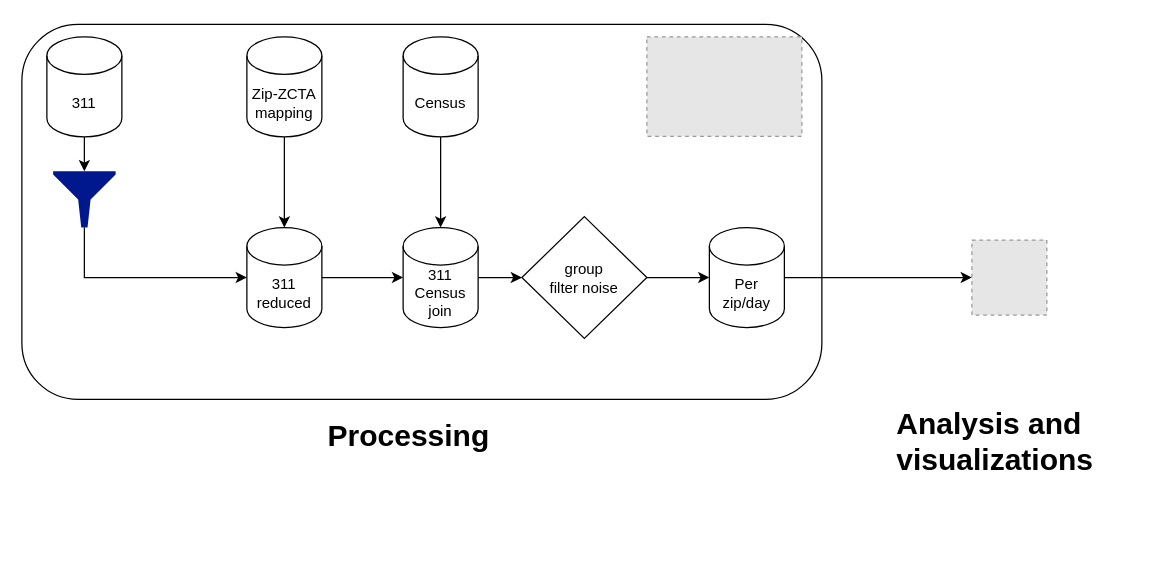
This is Pipeline.drawio from BrunoGomesCoelho/311_covid_trends, a draw.io file, before an edit. Source tidied: cells renumbered, new cells numbered last; positions are measured from the earlier drawing's top-left corner, leaving out a move shared by most shapes. Both pictures are drawn from the tidied source at 125%, with x=0, y=0 at pixel (21, 24). Pictures stored in the file or linked from it are replaced by grey dashed boxes.
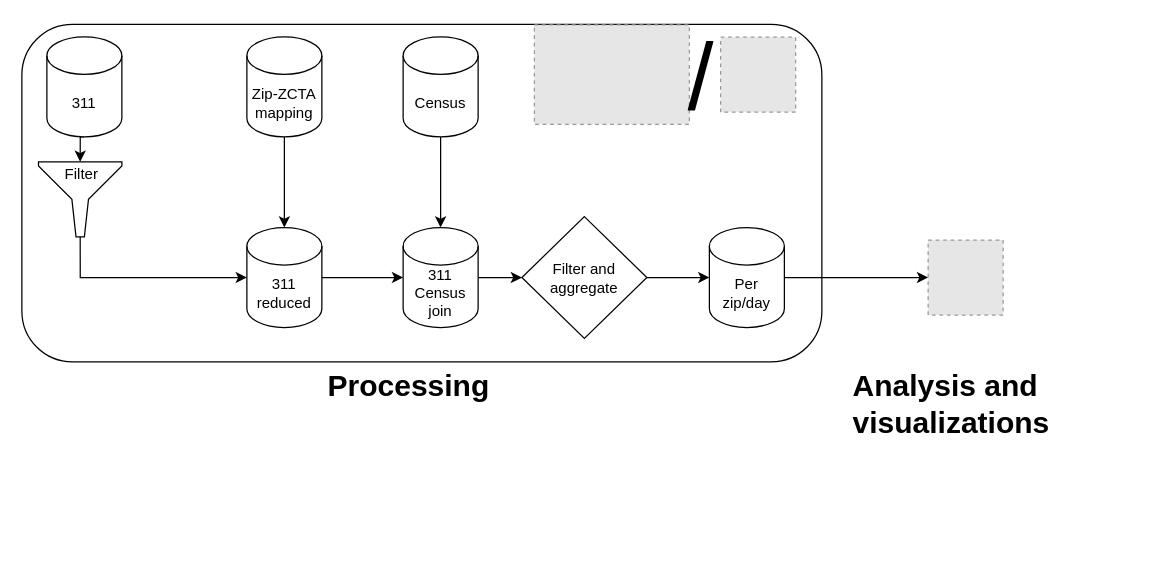
The same diagram, later.

Diff of the diagram source:
```diff
@@
     <mxCell id="2" style="rounded=1;whiteSpace=wrap;html=1;" parent="1" vertex="1">
-      <mxGeometry width="640" height="300" as="geometry" />
+      <mxGeometry width="640" height="270" as="geometry" />
     </mxCell>
@@
-    <mxCell id="12" style="shadow=0;dashed=0;html=1;strokeColor=none;labelPosition=center;verticalLabelPosition=bottom;verticalAlign=top;align=center;fillColor=#00188D;shape=mxgraph.mscae.enterprise.filter;" parent="1" vertex="1">
-      <mxGeometry x="25" y="117.5" width="50" height="45" as="geometry" />
+    <mxCell id="12" style="shadow=0;dashed=0;html=1;labelPosition=center;verticalLabelPosition=bottom;verticalAlign=top;align=center;shape=mxgraph.mscae.enterprise.filter;" parent="1" vertex="1">
+      <mxGeometry x="13.3" y="110" width="66.7" height="60" as="geometry" />
     </mxCell>
@@
-    <mxCell id="18" value="&lt;div&gt;group&lt;/div&gt;&lt;div&gt;filter noise&lt;br&gt;&lt;/div&gt;" style="rhombus;whiteSpace=wrap;html=1;" parent="1" vertex="1">
+    <mxCell id="18" value="&lt;div&gt;Filter and aggregate&lt;/div&gt;" style="rhombus;whiteSpace=wrap;html=1;" parent="1" vertex="1">
       <mxGeometry x="400" y="153.8" width="100" height="97.5" as="geometry" />
     </mxCell>
     <mxCell id="19" style="fillColor=#E6E6E6;strokeColor=#999999;dashed=1;html=1;verticalAlign=top;verticalLabelPosition=bottom;labelBackgroundColor=#ffffff;" parent="1" vertex="1">
-      <mxGeometry x="760" y="172.5" width="60" height="60" as="geometry" />
+      <mxGeometry x="725" y="172.5" width="60" height="60" as="geometry" />
     </mxCell>
     <mxCell id="20" style="fillColor=#E6E6E6;strokeColor=#999999;dashed=1;verticalLabelPosition=bottom;labelBackgroundColor=#ffffff;verticalAlign=top;" parent="1" vertex="1">
-      <mxGeometry x="500" y="10" width="124" height="79.6" as="geometry" />
+      <mxGeometry x="410" y="0.4" width="124" height="79.6" as="geometry" />
     </mxCell>
     <mxCell id="21" value="&lt;h1&gt;Processing&lt;/h1&gt;&lt;p&gt;&lt;br&gt;&lt;/p&gt;" style="text;html=1;strokeColor=none;fillColor=none;spacing=5;spacingTop=-20;whiteSpace=wrap;overflow=hidden;rounded=0;" parent="1" vertex="1">
-      <mxGeometry x="240" y="310" width="190" height="120" as="geometry" />
+      <mxGeometry x="240" y="270" width="190" height="40" as="geometry" />
     </mxCell>
     <mxCell id="22" value="&lt;h1&gt;Analysis and visualizations&lt;/h1&gt;&lt;p&gt;&lt;br&gt;&lt;/p&gt;" style="text;html=1;strokeColor=none;fillColor=none;spacing=5;spacingTop=-20;whiteSpace=wrap;overflow=hidden;rounded=0;" parent="1" vertex="1">
-      <mxGeometry x="695" y="300" width="190" height="120" as="geometry" />
+      <mxGeometry x="660" y="270" width="190" height="68.8" as="geometry" />
     </mxCell>
+    <mxCell id="23" value="/&lt;br&gt;" style="text;strokeColor=none;fillColor=none;spacing=0;spacingTop=0;overflow=hidden;rounded=0;fontSize=75;align=left;verticalAlign=middle;html=1;" parent="1" vertex="1">
+      <mxGeometry x="533" y="-2" width="86" height="74.6" as="geometry" />
+    </mxCell>
+    <mxCell id="24" style="fillColor=#E6E6E6;strokeColor=#999999;dashed=1;html=1;verticalAlign=top;verticalLabelPosition=bottom;labelBackgroundColor=#ffffff;" parent="1" vertex="1">
+      <mxGeometry x="559" y="10.2" width="60" height="60" as="geometry" />
+    </mxCell>
+    <mxCell id="25" value="Filter" style="text;html=1;strokeColor=none;fillColor=none;align=center;verticalAlign=middle;whiteSpace=wrap;rounded=0;fontSize=12;" parent="1" vertex="1">
+      <mxGeometry x="28.3" y="110" width="40" height="20" as="geometry" />
+    </mxCell>
```
